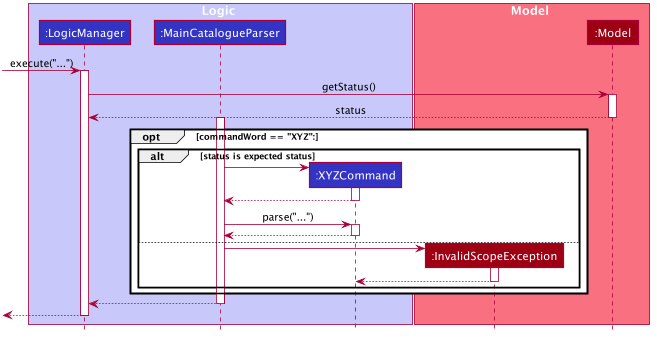
This is docs/images/ScopingSequenceDiagram.png from nus-cs2103-AY2021S1/tp, a PlantUML export, as it was before one commit.
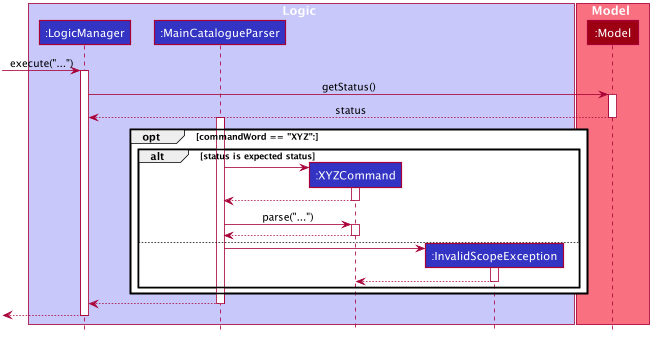
The same diagram one commit later.

Commit message:
Rewrite InvalidScopeException as a component in Logic package

What changed in the source:
```diff
@@ -52,10 +52,10 @@
 participant ":LogicManager" as LogicManager #3333C4
 participant ":MainCatalogueParser" as MainCatalogueParser #3333C4
 participant ":XYZCommand" as XYZCommand #3333C4
+participant ":InvalidScopeException" as InvalidScopeException #3333C4
 end box
 
 box Model #F97181
-participant ":InvalidScopeException" as InvalidScopeException #9D0012
 participant ":Model" as Model #9D0012
 end box
 
```
